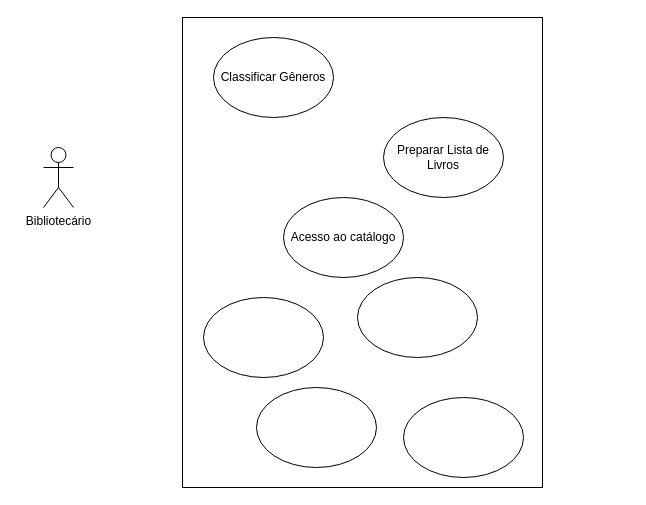
Before: devolução.drawio in Mendeiros/SAModelagemDeSistemas, a draw.io diagram. Source tidied: cells renumbered, new cells numbered last; positions are measured from the earlier drawing's top-left corner, leaving out a move shared by most shapes. Both pictures are drawn from the tidied source at 100%, with x=0, y=0 at pixel (43, 17).
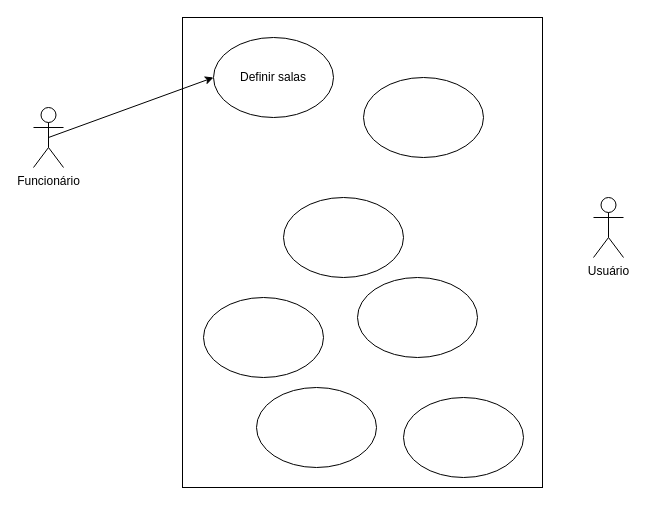
The same diagram, later.

Diff of the diagram source:
```diff
@@
 <mxGraphModel>
   <root>
     <mxCell id="0" />
     <mxCell id="1" parent="0" />
     <mxCell id="2" style="rounded=0;whiteSpace=wrap;html=1;" parent="1" vertex="1">
       <mxGeometry x="139" width="360" height="470" as="geometry" />
     </mxCell>
-    <mxCell id="3" value="Acesso ao catálogo" style="ellipse;whiteSpace=wrap;html=1;" parent="1" vertex="1">
+    <mxCell id="3" style="ellipse;whiteSpace=wrap;html=1;" parent="1" vertex="1">
       <mxGeometry x="240" y="180" width="120" height="80" as="geometry" />
     </mxCell>
     <mxCell id="4" style="ellipse;whiteSpace=wrap;html=1;" parent="1" vertex="1">
       <mxGeometry x="314" y="260" width="120" height="80" as="geometry" />
     </mxCell>
     <mxCell id="5" style="ellipse;whiteSpace=wrap;html=1;" parent="1" vertex="1">
       <mxGeometry x="360" y="380" width="120" height="80" as="geometry" />
     </mxCell>
-    <mxCell id="6" value="Preparar Lista de Livros" style="ellipse;whiteSpace=wrap;html=1;" parent="1" vertex="1">
-      <mxGeometry x="340" y="100" width="120" height="80" as="geometry" />
+    <mxCell id="6" style="ellipse;whiteSpace=wrap;html=1;" parent="1" vertex="1">
+      <mxGeometry x="320" y="60" width="120" height="80" as="geometry" />
     </mxCell>
-    <mxCell id="7" value="Classificar Gêneros" style="ellipse;whiteSpace=wrap;html=1;" parent="1" vertex="1">
+    <mxCell id="7" value="Definir salas " style="ellipse;whiteSpace=wrap;html=1;" parent="1" vertex="1">
       <mxGeometry x="170" y="20" width="120" height="80" as="geometry" />
     </mxCell>
     <mxCell id="8" style="ellipse;whiteSpace=wrap;html=1;" parent="1" vertex="1">
       <mxGeometry x="160" y="280" width="120" height="80" as="geometry" />
     </mxCell>
     <mxCell id="9" style="ellipse;whiteSpace=wrap;html=1;" parent="1" vertex="1">
       <mxGeometry x="213" y="370" width="120" height="80" as="geometry" />
     </mxCell>
+    <mxCell id="11" style="rounded=0;jettySize=auto;html=1;exitX=0.5;exitY=0.5;exitDx=0;exitDy=0;exitPerimeter=0;entryX=0;entryY=0.5;entryDx=0;entryDy=0;" parent="1" edge="1" source="10" target="7">
+      <mxGeometry relative="1" as="geometry" />
+    </mxCell>
-    <mxCell id="10" value="Bibliotecário" style="shape=umlActor;verticalLabelPosition=bottom;verticalAlign=top;html=1;outlineConnect=0;" parent="1" vertex="1">
-      <mxGeometry y="130" width="30" height="60" as="geometry" />
+    <mxCell id="10" value="Funcionário" style="shape=umlActor;verticalLabelPosition=bottom;verticalAlign=top;html=1;outlineConnect=0;" parent="1" vertex="1">
+      <mxGeometry x="-10" y="90" width="30" height="60" as="geometry" />
     </mxCell>
+    <mxCell id="12" value="Usuário" style="shape=umlActor;verticalLabelPosition=bottom;verticalAlign=top;html=1;" parent="1" vertex="1">
+      <mxGeometry x="550" y="180" width="30" height="60" as="geometry" />
+    </mxCell>
   </root>
 </mxGraphModel>
```
